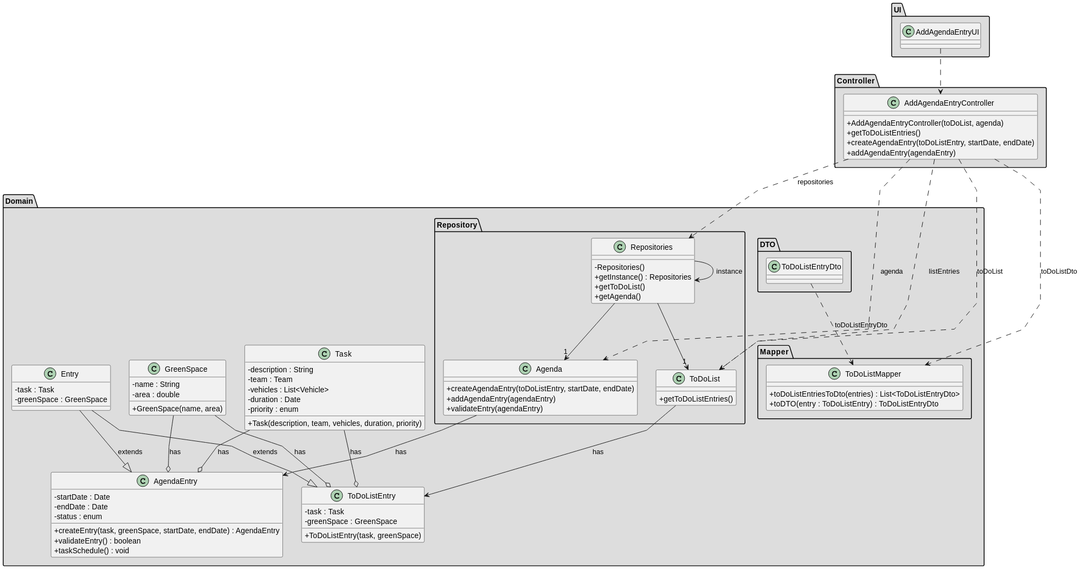
Earlier version of the PlantUML export docs/sprintC/us022/03.design/svg/us022-class-diagram.svg (diogoveirospro/lei-24-s2-1dg-g072).
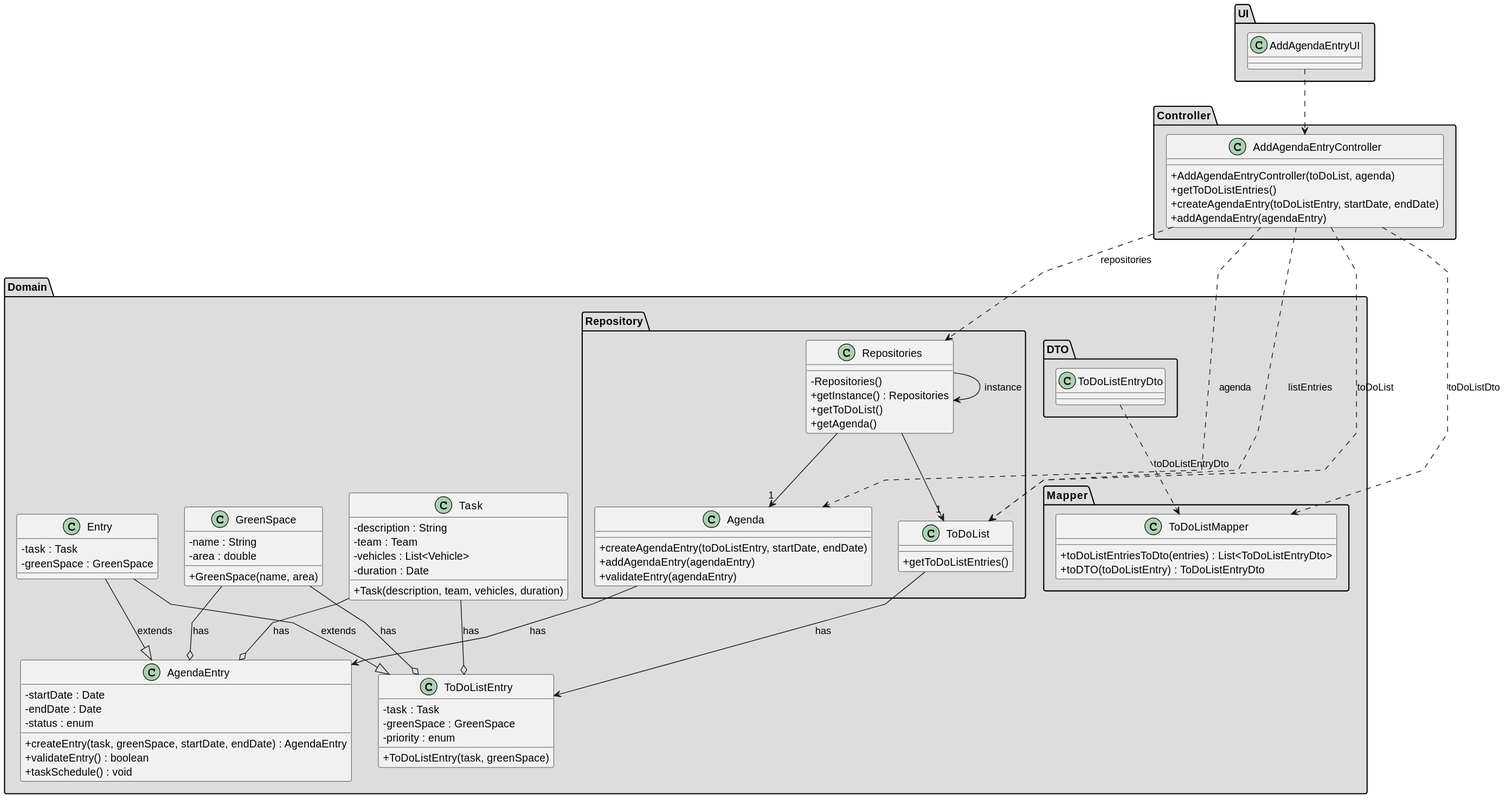
Above is the later version.

Change to the diagram source:
```diff
@@ -72,13 +72,13 @@
     - team : Team
     - vehicles : List<Vehicle>
     - duration : Date
-    - priority : enum
-    + Task(description, team, vehicles, duration, priority)
+    + Task(description, team, vehicles, duration)
 }
 
 class ToDoListEntry {
     - task : Task
     - greenSpace : GreenSpace
+    - priority : enum
     + ToDoListEntry(task, greenSpace)
 }
 
@@ -86,7 +86,7 @@
 package "Mapper" <<Folder>> #DDDDDD {
 class ToDoListMapper {
     +toDoListEntriesToDto(entries) : List<ToDoListEntryDto>
-    +toDTO(entry : ToDoListEntry) : ToDoListEntryDto
+    +toDTO(toDoListEntry) : ToDoListEntryDto
 }
 
 }
```
